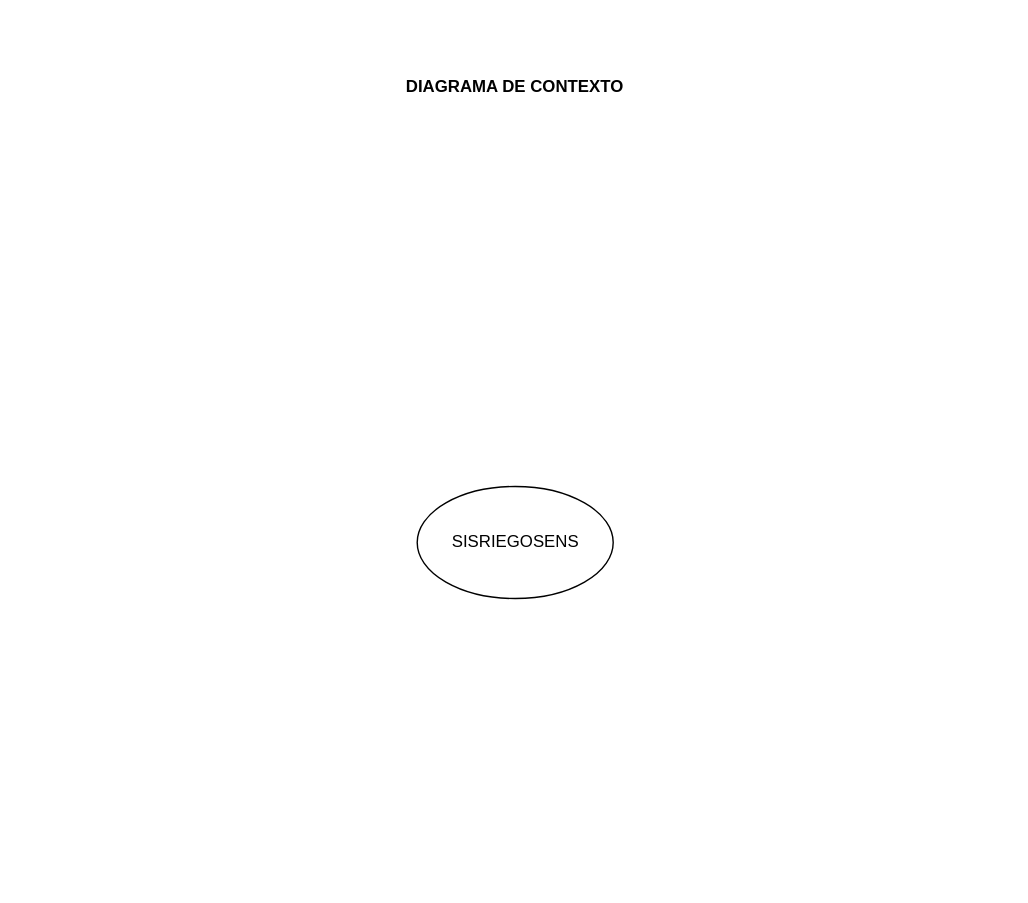
Above: DIAGRAMA DE CONTEXTO.drawio in Gelo9033/Sistema_Riego (draw.io), before the change. Source tidied: cells renumbered, new cells numbered last; positions are measured from the earlier drawing's top-left corner, leaving out a move shared by most shapes. Both pictures are drawn from the tidied source at 140%, with x=0, y=0 at pixel (399, 66).
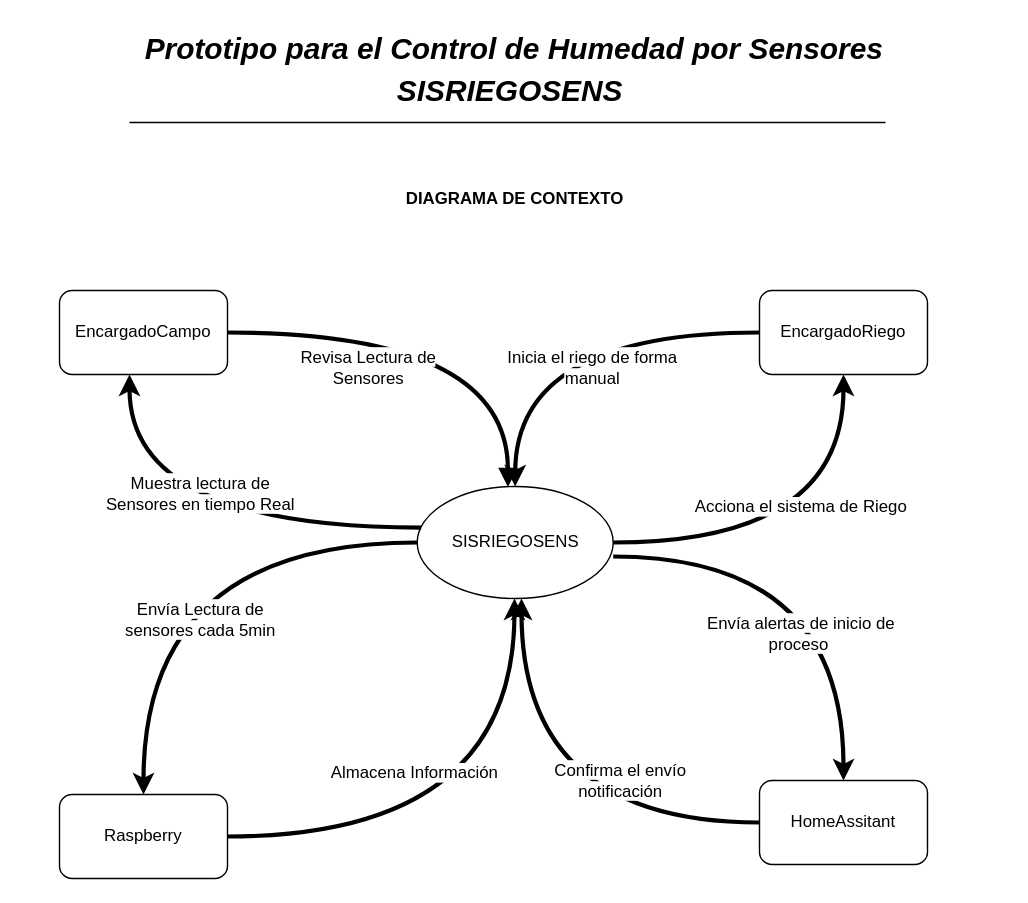
The same diagram, later.

Unchanged cells that the change refers to:
```xml
<mxCell id="3" value="SISRIEGOSENS" style="ellipse;whiteSpace=wrap;html=1;" parent="1" vertex="1">
  <mxGeometry x="12.5" y="300" width="140" height="80" as="geometry" />
</mxCell>
```

What changed in the source:
```diff
@@
     <mxCell id="2" value="&lt;b&gt;DIAGRAMA DE CONTEXTO&lt;/b&gt;" style="text;html=1;align=center;verticalAlign=middle;whiteSpace=wrap;rounded=0;" parent="1" vertex="1">
-      <mxGeometry width="165" height="30" as="geometry" />
+      <mxGeometry y="80" width="165" height="30" as="geometry" />
     </mxCell>
+    <mxCell id="4" style="edgeStyle=orthogonalEdgeStyle;rounded=0;jettySize=auto;html=1;entryX=0;entryY=0.5;entryDx=0;entryDy=0;strokeWidth=3;endArrow=none;startFill=1;curved=1;endFill=0;startArrow=classic;" parent="1" edge="1" source="3" target="6">
+      <mxGeometry relative="1" as="geometry">
+        <Array as="points">
+          <mxPoint x="83" y="190" />
+        </Array>
+      </mxGeometry>
+    </mxCell>
@@
+    <mxCell id="5" value="EncargadoCampo" style="rounded=1;whiteSpace=wrap;html=1;" parent="1" vertex="1">
+      <mxGeometry x="-243" y="160" width="120" height="60" as="geometry" />
+    </mxCell>
+    <mxCell id="6" value="EncargadoRiego" style="rounded=1;whiteSpace=wrap;html=1;" parent="1" vertex="1">
+      <mxGeometry x="257" y="160" width="120" height="60" as="geometry" />
+    </mxCell>
+    <mxCell id="7" value="Raspberry" style="rounded=1;whiteSpace=wrap;html=1;" parent="1" vertex="1">
+      <mxGeometry x="-243" y="520" width="120" height="60" as="geometry" />
+    </mxCell>
+    <mxCell id="8" value="HomeAssitant" style="rounded=1;whiteSpace=wrap;html=1;" parent="1" vertex="1">
+      <mxGeometry x="257" y="510" width="120" height="60" as="geometry" />
+    </mxCell>
+    <mxCell id="9" style="edgeStyle=orthogonalEdgeStyle;rounded=0;jettySize=auto;html=1;entryX=0.5;entryY=1;entryDx=0;entryDy=0;strokeWidth=3;endArrow=classic;startFill=0;curved=1;exitX=1;exitY=0.5;exitDx=0;exitDy=0;endFill=1;" parent="1" edge="1" source="3" target="6">
+      <mxGeometry relative="1" as="geometry">
+        <Array as="points">
+          <mxPoint x="317" y="340" />
+        </Array>
+      </mxGeometry>
+    </mxCell>
+    <mxCell id="10" style="edgeStyle=orthogonalEdgeStyle;rounded=0;jettySize=auto;html=1;entryX=0;entryY=0.5;entryDx=0;entryDy=0;strokeWidth=3;endArrow=none;startFill=1;curved=1;exitX=0.5;exitY=0;exitDx=0;exitDy=0;startArrow=classic;" parent="1" edge="1" source="7" target="3">
+      <mxGeometry relative="1" as="geometry">
+        <Array as="points">
+          <mxPoint x="-183" y="340" />
+        </Array>
+      </mxGeometry>
+    </mxCell>
+    <mxCell id="11" style="edgeStyle=orthogonalEdgeStyle;rounded=0;jettySize=auto;html=1;strokeWidth=3;endArrow=classic;startFill=0;curved=1;exitX=1;exitY=0.5;exitDx=0;exitDy=0;endFill=1;" parent="1" edge="1" source="7">
+      <mxGeometry relative="1" as="geometry">
+        <mxPoint x="82" y="380" as="targetPoint" />
+        <Array as="points">
+          <mxPoint x="82" y="550" />
+        </Array>
+      </mxGeometry>
+    </mxCell>
+    <mxCell id="12" style="edgeStyle=orthogonalEdgeStyle;rounded=0;jettySize=auto;html=1;entryX=0.463;entryY=0.005;entryDx=0;entryDy=0;strokeWidth=3;endArrow=block;startFill=0;curved=1;exitX=1;exitY=0.5;exitDx=0;exitDy=0;entryPerimeter=0;endFill=1;" parent="1" edge="1" source="5" target="3">
+      <mxGeometry relative="1" as="geometry">
+        <Array as="points">
+          <mxPoint x="77" y="190" />
+        </Array>
+      </mxGeometry>
+    </mxCell>
+    <mxCell id="13" style="edgeStyle=orthogonalEdgeStyle;rounded=0;jettySize=auto;html=1;entryX=0.02;entryY=0.367;entryDx=0;entryDy=0;strokeWidth=3;endArrow=none;startFill=1;curved=1;exitX=1;exitY=0.5;exitDx=0;exitDy=0;entryPerimeter=0;startArrow=classic;" parent="1" edge="1" target="3">
+      <mxGeometry relative="1" as="geometry">
+        <mxPoint x="-193" y="220" as="sourcePoint" />
+        <Array as="points">
+          <mxPoint x="-193" y="330" />
+        </Array>
+      </mxGeometry>
+    </mxCell>
+    <mxCell id="14" style="edgeStyle=orthogonalEdgeStyle;rounded=0;jettySize=auto;html=1;entryX=0.5;entryY=0;entryDx=0;entryDy=0;strokeWidth=3;endArrow=classic;startFill=0;curved=1;exitX=1;exitY=0.5;exitDx=0;exitDy=0;endFill=1;" parent="1" edge="1" target="8">
+      <mxGeometry relative="1" as="geometry">
+        <mxPoint x="152.5" y="350" as="sourcePoint" />
+        <Array as="points">
+          <mxPoint x="317" y="350" />
+        </Array>
+      </mxGeometry>
+    </mxCell>
+    <mxCell id="15" style="edgeStyle=orthogonalEdgeStyle;rounded=0;jettySize=auto;html=1;entryX=0;entryY=0.5;entryDx=0;entryDy=0;strokeWidth=3;endArrow=none;startFill=1;curved=1;exitX=1;exitY=0.5;exitDx=0;exitDy=0;startArrow=classic;" parent="1" edge="1" target="8">
+      <mxGeometry relative="1" as="geometry">
+        <mxPoint x="87" y="380" as="sourcePoint" />
+        <Array as="points">
+          <mxPoint x="87" y="540" />
+        </Array>
+      </mxGeometry>
+    </mxCell>
+    <mxCell id="16" value="&lt;span style=&quot;background-color: light-dark(#ffffff, var(--ge-dark-color, #121212));&quot;&gt;Inicia el riego de forma manual&lt;/span&gt;" style="text;html=1;align=center;verticalAlign=middle;whiteSpace=wrap;rounded=0;shadow=0;" parent="1" vertex="1">
+      <mxGeometry x="67" y="200" width="142" height="30" as="geometry" />
+    </mxCell>
+    <mxCell id="17" value="&lt;span style=&quot;background-color: light-dark(#ffffff, var(--ge-dark-color, #121212));&quot;&gt;Acciona el sistema de Riego&lt;/span&gt;" style="text;html=1;align=center;verticalAlign=middle;whiteSpace=wrap;rounded=0;shadow=0;" parent="1" vertex="1">
+      <mxGeometry x="207" y="300" width="160" height="30" as="geometry" />
+    </mxCell>
+    <mxCell id="18" value="&lt;span style=&quot;background-color: light-dark(#ffffff, var(--ge-dark-color, #121212));&quot;&gt;Revisa Lectura de Sensores&lt;/span&gt;" style="text;html=1;align=center;verticalAlign=middle;whiteSpace=wrap;rounded=0;shadow=0;" parent="1" vertex="1">
+      <mxGeometry x="-93" y="200" width="142" height="30" as="geometry" />
+    </mxCell>
+    <mxCell id="19" value="&lt;span style=&quot;background-color: light-dark(#ffffff, var(--ge-dark-color, #121212));&quot;&gt;Muestra lectura de Sensores en tiempo Real&lt;/span&gt;" style="text;html=1;align=center;verticalAlign=middle;whiteSpace=wrap;rounded=0;shadow=0;" parent="1" vertex="1">
+      <mxGeometry x="-213" y="290" width="142" height="30" as="geometry" />
+    </mxCell>
+    <mxCell id="20" value="&lt;span style=&quot;background-color: light-dark(#ffffff, var(--ge-dark-color, #121212));&quot;&gt;Envía Lectura de sensores cada 5min&lt;/span&gt;" style="text;html=1;align=center;verticalAlign=middle;whiteSpace=wrap;rounded=0;shadow=0;" parent="1" vertex="1">
+      <mxGeometry x="-213" y="380" width="142" height="30" as="geometry" />
+    </mxCell>
+    <mxCell id="21" value="&lt;span style=&quot;background-color: light-dark(#ffffff, var(--ge-dark-color, #121212));&quot;&gt;Almacena Información&lt;/span&gt;" style="text;html=1;align=center;verticalAlign=middle;whiteSpace=wrap;rounded=0;shadow=0;" parent="1" vertex="1">
+      <mxGeometry x="-60" y="490" width="142" height="30" as="geometry" />
+    </mxCell>
+    <mxCell id="22" value="&lt;span style=&quot;background-color: light-dark(#ffffff, var(--ge-dark-color, #121212));&quot;&gt;Envía alertas de inicio de proceso&amp;nbsp;&lt;/span&gt;" style="text;html=1;align=center;verticalAlign=middle;whiteSpace=wrap;rounded=0;shadow=0;" parent="1" vertex="1">
+      <mxGeometry x="216" y="390" width="142" height="30" as="geometry" />
+    </mxCell>
+    <mxCell id="23" value="&lt;span style=&quot;background-color: light-dark(#ffffff, var(--ge-dark-color, #121212));&quot;&gt;Confirma el envío notificación&lt;/span&gt;" style="text;html=1;align=center;verticalAlign=middle;whiteSpace=wrap;rounded=0;shadow=0;" parent="1" vertex="1">
+      <mxGeometry x="87" y="495" width="142" height="30" as="geometry" />
+    </mxCell>
+    <mxCell id="24" style="group;" parent="1" vertex="1">
+      <mxGeometry x="-268" y="-30" width="700" height="70" as="geometry" />
+    </mxCell>
+    <mxCell id="25" value="&lt;div style=&quot;-webkit-user-drag: none; -webkit-tap-highlight-color: transparent; margin: 0px; padding: 0px; user-select: text; clear: both; cursor: text; overflow: visible; position: relative; direction: ltr; color: rgb(0, 0, 0); font-family: &amp;quot;Segoe UI&amp;quot;, &amp;quot;Segoe UI Web&amp;quot;, Arial, Verdana, sans-serif; text-align: start;&quot; class=&quot;OutlineElement Ltr SCXW107485866 BCX0&quot;&gt;&lt;p style=&quot;-webkit-user-drag: none; -webkit-tap-highlight-color: transparent; margin: 5.26667px 0px 0px; padding: 0px; user-select: text; overflow-wrap: break-word; white-space-collapse: preserve; vertical-align: baseline; font-kerning: none; color: windowtext; text-align: center;&quot; class=&quot;Paragraph SCXW107485866 BCX0&quot;&gt;&lt;span style=&quot;-webkit-user-drag: none; -webkit-tap-highlight-color: transparent; margin: 0px; padding: 0px; user-select: text; font-size: 16pt; font-style: italic; line-height: 25px; font-family: Arial, Arial_EmbeddedFont, Arial_MSFontService, sans-serif; font-weight: bold; background-color: light-dark(#ffffff, var(--ge-dark-color, #121212)); font-variant-ligatures: none !important;&quot; class=&quot;TextRun SCXW107485866 BCX0&quot; lang=&quot;ES-ES&quot;&gt;Prototipo para el Control de Humedad por Sensores&lt;/span&gt;&lt;/p&gt;&lt;p style=&quot;-webkit-user-drag: none; -webkit-tap-highlight-color: transparent; margin: 5.26667px 0px 0px; padding: 0px; user-select: text; overflow-wrap: break-word; white-space-collapse: preserve; vertical-align: baseline; font-kerning: none; color: windowtext; text-align: center;&quot; class=&quot;Paragraph SCXW107485866 BCX0&quot;&gt;&lt;span style=&quot;-webkit-user-drag: none; -webkit-tap-highlight-color: transparent; margin: 0px; padding: 0px; user-select: text; font-size: 16pt; font-style: italic; line-height: 25px; font-family: Arial, Arial_EmbeddedFont, Arial_MSFontService, sans-serif; font-weight: bold; background-color: light-dark(#ffffff, var(--ge-dark-color, #121212)); font-variant-ligatures: none !important;&quot; class=&quot;TextRun SCXW107485866 BCX0&quot; lang=&quot;ES-ES&quot;&gt;SISRIEGOSENS &lt;/span&gt;&lt;/p&gt;&lt;/div&gt;" style="text;html=1;align=center;verticalAlign=middle;whiteSpace=wrap;rounded=0;fillColor=default;fillStyle=dashed;" parent="24" vertex="1">
+      <mxGeometry width="700" height="60" as="geometry" />
+    </mxCell>
+    <mxCell id="26" style="endArrow=none;html=1;rounded=0;" parent="24" edge="1">
+      <mxGeometry relative="1" as="geometry">
+        <mxPoint x="75" y="70" as="sourcePoint" />
+        <mxPoint x="615" y="70" as="targetPoint" />
+        <Array as="points">
+          <mxPoint x="355" y="70" />
+        </Array>
+      </mxGeometry>
+    </mxCell>
```
